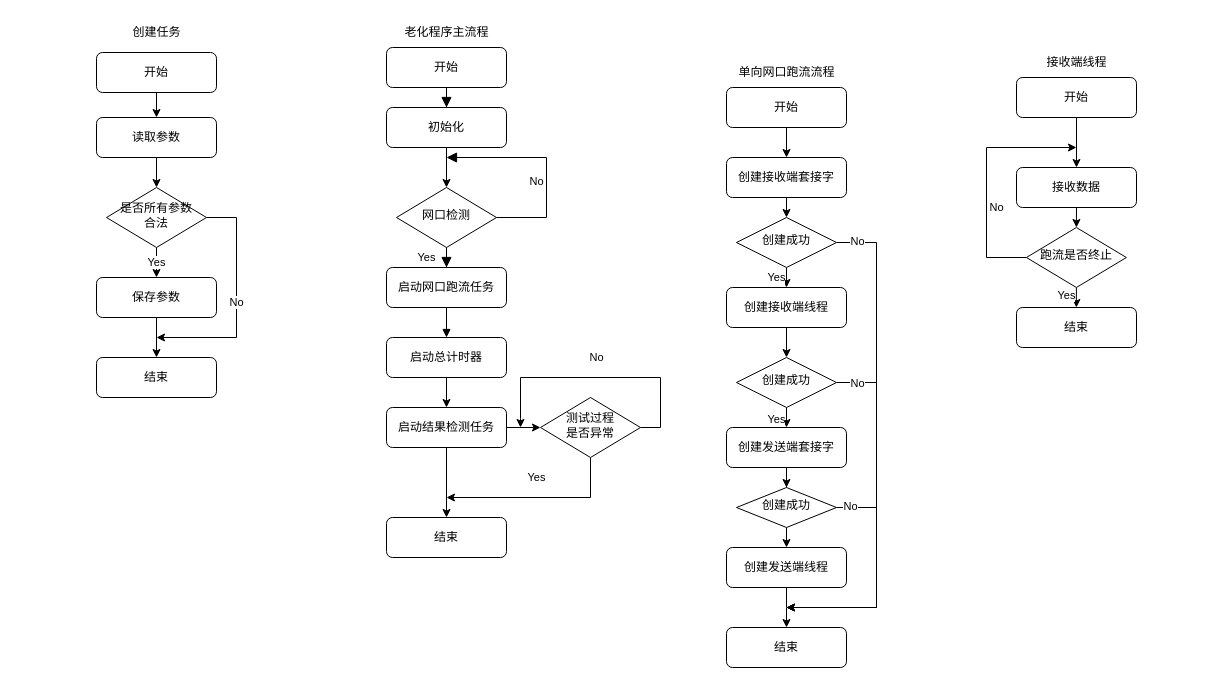
The draw.io diagram a300_burnin.drawio in waterwatermelon/graph, before the edit. Source tidied: cells renumbered, new cells numbered last; positions are measured from the earlier drawing's top-left corner, leaving out a move shared by most shapes. Both pictures are drawn from the tidied source at 100%, with x=0, y=0 at pixel (96, 17).
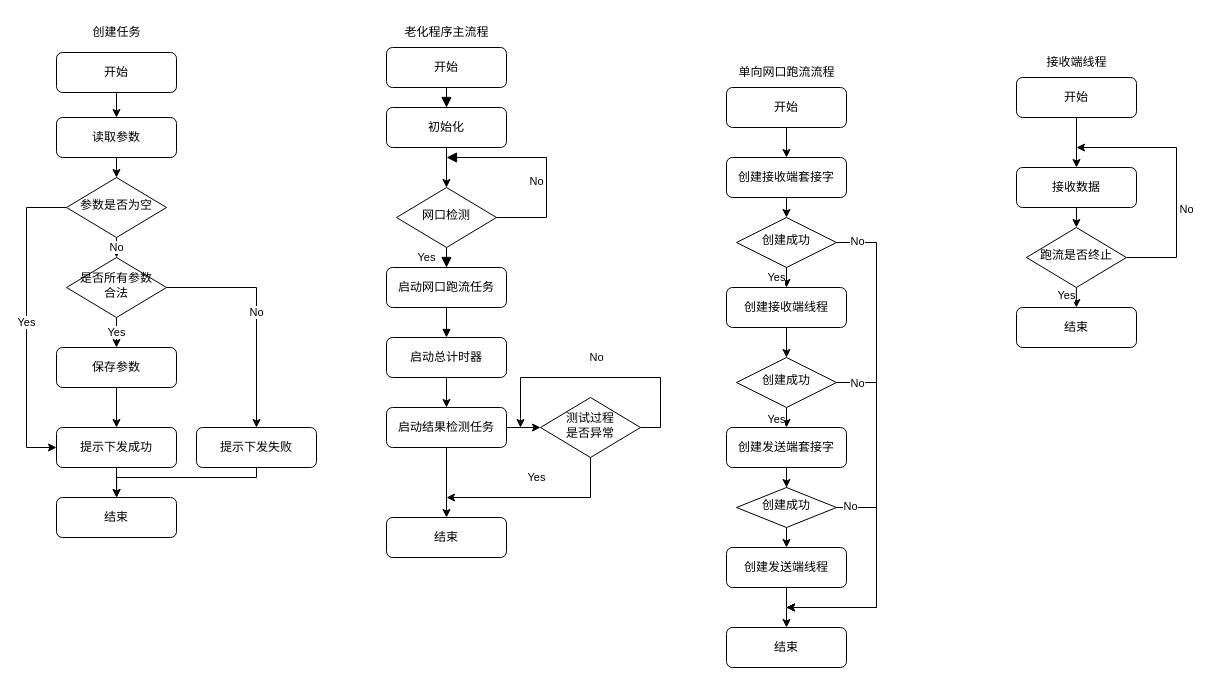
Above is the later version.

The change refers to these unchanged cells:
```xml
<mxCell id="41" value="跑流是否终止" style="rhombus;whiteSpace=wrap;html=1;shadow=0;fontFamily=Helvetica;fontSize=12;align=center;strokeWidth=1;spacing=6;spacingTop=-4;" parent="1" vertex="1">
  <mxGeometry x="929.9" y="210" width="100" height="60" as="geometry" />
</mxCell>
```

Diff of the diagram source:
```diff
@@
-    <mxCell id="40" value="No" style="edgeStyle=orthogonalEdgeStyle;rounded=0;jettySize=auto;html=1;exitX=0;exitY=0.5;exitDx=0;exitDy=0;" parent="1" edge="1" source="41">
+    <mxCell id="40" value="No" style="edgeStyle=orthogonalEdgeStyle;rounded=0;orthogonalLoop=1;jettySize=auto;html=1;" parent="1" edge="1">
       <mxGeometry x="-0.25" y="-10" relative="1" as="geometry">
+        <mxPoint x="1030" y="240" as="sourcePoint" />
         <mxPoint x="980" y="130" as="targetPoint" />
         <Array as="points">
-          <mxPoint x="890" y="240" />
-          <mxPoint x="890" y="130" />
+          <mxPoint x="1080" y="240" />
+          <mxPoint x="1080" y="130" />
         </Array>
       </mxGeometry>
     </mxCell>
@@
     <mxCell id="56" value="创建任务" style="text;html=1;align=center;verticalAlign=middle;strokeColor=none;fillColor=none;" parent="1" vertex="1">
-      <mxGeometry x="25" width="70" height="30" as="geometry" />
+      <mxGeometry x="-15" width="70" height="30" as="geometry" />
     </mxCell>
@@
     <mxCell id="58" value="开始" style="rounded=1;whiteSpace=wrap;html=1;fontSize=12;glass=0;strokeWidth=1;shadow=0;" parent="1" vertex="1">
-      <mxGeometry y="35" width="120" height="40" as="geometry" />
+      <mxGeometry x="-40" y="35" width="120" height="40" as="geometry" />
     </mxCell>
-    <mxCell id="59" style="edgeStyle=orthogonalEdgeStyle;rounded=0;jettySize=auto;html=1;exitX=0.5;exitY=1;exitDx=0;exitDy=0;entryX=0.5;entryY=0;entryDx=0;entryDy=0;" parent="1" edge="1" source="60" target="63">
-      <mxGeometry relative="1" as="geometry" />
-    </mxCell>
+    <mxCell id="67" style="edgeStyle=orthogonalEdgeStyle;rounded=0;jettySize=auto;html=1;exitX=0.5;exitY=1;exitDx=0;exitDy=0;entryX=0.5;entryY=0;entryDx=0;entryDy=0;" parent="1" edge="1" source="60" target="71">
+      <mxGeometry relative="1" as="geometry" />
+    </mxCell>
     <mxCell id="60" value="读取参数" style="rounded=1;whiteSpace=wrap;html=1;fontSize=12;glass=0;strokeWidth=1;shadow=0;" parent="1" vertex="1">
-      <mxGeometry y="100" width="120" height="40" as="geometry" />
+      <mxGeometry x="-40" y="100" width="120" height="40" as="geometry" />
     </mxCell>
@@
-    <mxCell id="62" value="No" style="edgeStyle=orthogonalEdgeStyle;rounded=0;jettySize=auto;html=1;exitX=1;exitY=0.5;exitDx=0;exitDy=0;" parent="1" edge="1" source="63">
+    <mxCell id="62" value="No" style="edgeStyle=orthogonalEdgeStyle;rounded=0;jettySize=auto;html=1;exitX=1;exitY=0.5;exitDx=0;exitDy=0;entryX=0.5;entryY=0;entryDx=0;entryDy=0;" parent="1" edge="1" source="63" target="75">
       <mxGeometry relative="1" as="geometry">
-        <mxPoint x="60" y="320" as="targetPoint" />
         <Array as="points">
-          <mxPoint x="140" y="200" />
-          <mxPoint x="140" y="320" />
+          <mxPoint x="160" y="270" />
         </Array>
       </mxGeometry>
     </mxCell>
     <mxCell id="63" value="是否所有参数&lt;br&gt;合法" style="rhombus;whiteSpace=wrap;html=1;shadow=0;fontFamily=Helvetica;fontSize=12;align=center;strokeWidth=1;spacing=6;spacingTop=-4;" parent="1" vertex="1">
-      <mxGeometry x="10" y="170" width="100" height="60" as="geometry" />
+      <mxGeometry x="-30" y="240" width="100" height="60" as="geometry" />
     </mxCell>
     <mxCell id="64" value="结束" style="rounded=1;whiteSpace=wrap;html=1;fontSize=12;glass=0;strokeWidth=1;shadow=0;" parent="1" vertex="1">
-      <mxGeometry y="340" width="120" height="40" as="geometry" />
+      <mxGeometry x="-40" y="480" width="120" height="40" as="geometry" />
     </mxCell>
-    <mxCell id="65" style="edgeStyle=orthogonalEdgeStyle;rounded=0;jettySize=auto;html=1;" parent="1" edge="1" source="66" target="64">
-      <mxGeometry relative="1" as="geometry" />
-    </mxCell>
+    <mxCell id="68" style="edgeStyle=orthogonalEdgeStyle;rounded=0;jettySize=auto;html=1;exitX=0.5;exitY=1;exitDx=0;exitDy=0;entryX=0.5;entryY=0;entryDx=0;entryDy=0;" parent="1" edge="1" source="66" target="73">
+      <mxGeometry relative="1" as="geometry" />
+    </mxCell>
     <mxCell id="66" value="保存参数" style="rounded=1;whiteSpace=wrap;html=1;fontSize=12;glass=0;strokeWidth=1;shadow=0;" parent="1" vertex="1">
-      <mxGeometry y="260" width="120" height="40" as="geometry" />
+      <mxGeometry x="-40" y="330" width="120" height="40" as="geometry" />
     </mxCell>
+    <mxCell id="69" value="No" style="edgeStyle=orthogonalEdgeStyle;rounded=0;jettySize=auto;html=1;exitX=0.5;exitY=1;exitDx=0;exitDy=0;entryX=0.5;entryY=0;entryDx=0;entryDy=0;" parent="1" edge="1" source="71" target="63">
+      <mxGeometry relative="1" as="geometry" />
+    </mxCell>
+    <mxCell id="70" value="Yes" style="edgeStyle=orthogonalEdgeStyle;rounded=0;jettySize=auto;html=1;exitX=0;exitY=0.5;exitDx=0;exitDy=0;entryX=0;entryY=0.5;entryDx=0;entryDy=0;" parent="1" edge="1" source="71" target="73">
+      <mxGeometry relative="1" as="geometry">
+        <Array as="points">
+          <mxPoint x="-70" y="190" />
+          <mxPoint x="-70" y="430" />
+        </Array>
+      </mxGeometry>
+    </mxCell>
+    <mxCell id="71" value="参数是否为空" style="rhombus;whiteSpace=wrap;html=1;shadow=0;fontFamily=Helvetica;fontSize=12;align=center;strokeWidth=1;spacing=6;spacingTop=-4;" parent="1" vertex="1">
+      <mxGeometry x="-30" y="160" width="100" height="60" as="geometry" />
+    </mxCell>
+    <mxCell id="72" style="edgeStyle=orthogonalEdgeStyle;rounded=0;jettySize=auto;html=1;exitX=0.5;exitY=1;exitDx=0;exitDy=0;" parent="1" edge="1" source="73">
+      <mxGeometry relative="1" as="geometry">
+        <mxPoint x="20.2" y="480" as="targetPoint" />
+      </mxGeometry>
+    </mxCell>
+    <mxCell id="73" value="提示下发成功" style="rounded=1;whiteSpace=wrap;html=1;fontSize=12;glass=0;strokeWidth=1;shadow=0;" parent="1" vertex="1">
+      <mxGeometry x="-40" y="410" width="120" height="40" as="geometry" />
+    </mxCell>
+    <mxCell id="74" style="edgeStyle=orthogonalEdgeStyle;rounded=0;jettySize=auto;html=1;exitX=0.5;exitY=1;exitDx=0;exitDy=0;" parent="1" edge="1" source="75" target="64">
+      <mxGeometry relative="1" as="geometry">
+        <Array as="points">
+          <mxPoint x="160" y="460" />
+          <mxPoint x="20" y="460" />
+        </Array>
+      </mxGeometry>
+    </mxCell>
+    <mxCell id="75" value="提示下发失败" style="rounded=1;whiteSpace=wrap;html=1;fontSize=12;glass=0;strokeWidth=1;shadow=0;" parent="1" vertex="1">
+      <mxGeometry x="100" y="410" width="120" height="40" as="geometry" />
+    </mxCell>
```
